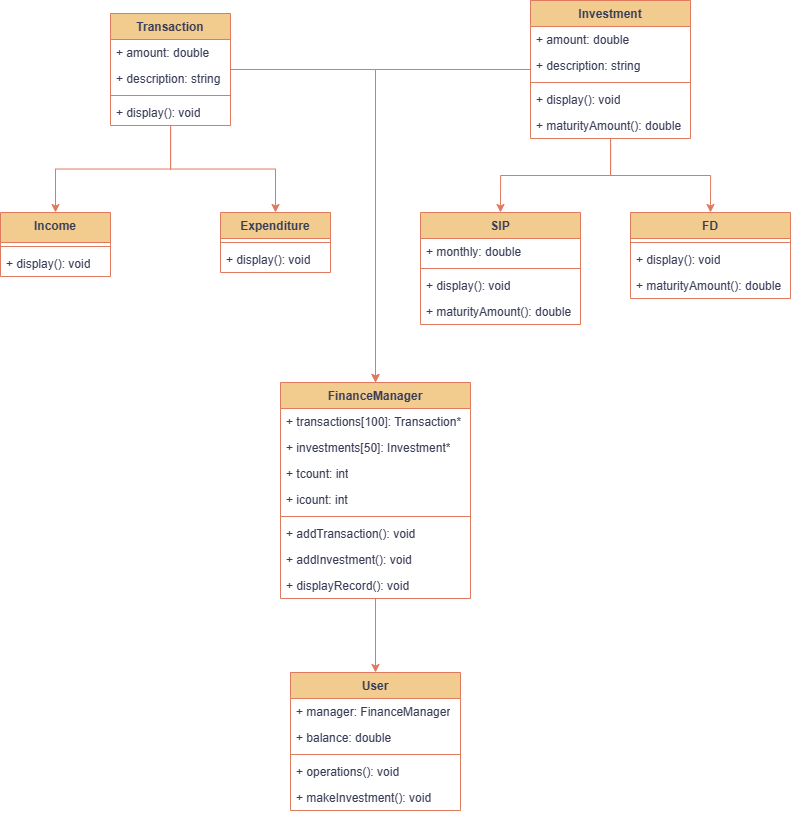
Above: PersonalFinanceSystem.drawio.png in onkar69483/Personal-Finance-Management-Cpp (draw.io), before the change. Source tidied: cells renumbered, new cells last; positions are measured from the earlier drawing's top-left corner, leaving out a move shared by most shapes.
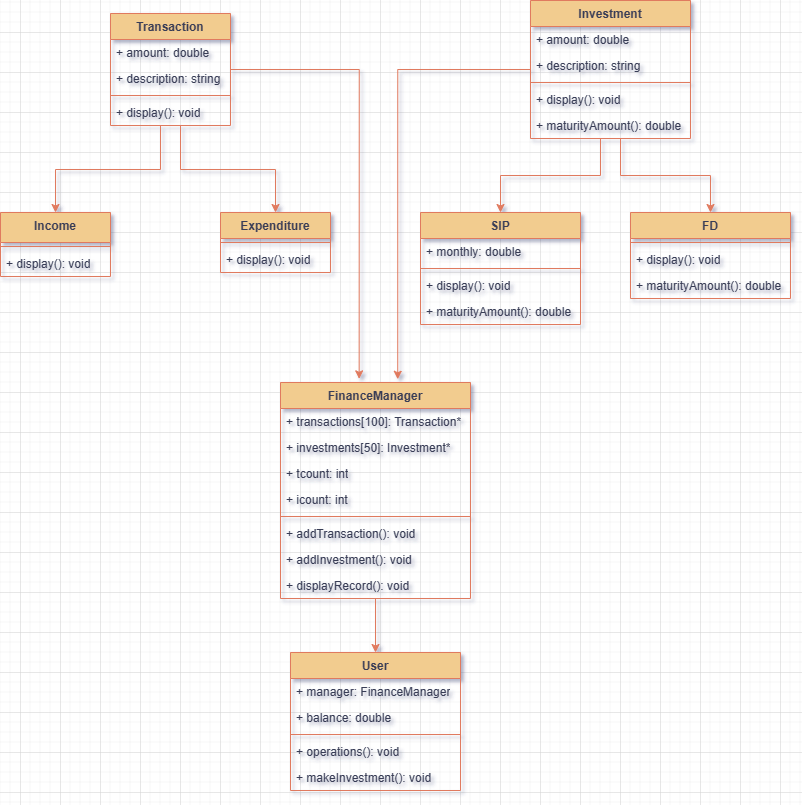
Later version of the same file.

Change to the diagram source:
```diff
@@ -3,12 +3,22 @@
     <mxCell id="0" />
     <mxCell id="1" parent="0" />
     <mxCell id="2" style="edgeStyle=orthogonalEdgeStyle;rounded=0;jettySize=auto;html=1;strokeColor=#E07A5F;fontColor=#393C56;fillColor=#F2CC8F;" parent="1" edge="1" source="5" target="10">
-      <mxGeometry relative="1" as="geometry" />
+      <mxGeometry relative="1" as="geometry">
+        <Array as="points">
+          <mxPoint x="160" y="169" />
+          <mxPoint x="55" y="169" />
+        </Array>
+      </mxGeometry>
     </mxCell>
     <mxCell id="3" style="edgeStyle=orthogonalEdgeStyle;rounded=0;jettySize=auto;html=1;entryX=0.5;entryY=0;entryDx=0;entryDy=0;strokeColor=#E07A5F;fontColor=#393C56;fillColor=#F2CC8F;" parent="1" edge="1" source="5" target="13">
-      <mxGeometry relative="1" as="geometry" />
+      <mxGeometry relative="1" as="geometry">
+        <Array as="points">
+          <mxPoint x="180" y="169" />
+          <mxPoint x="275" y="169" />
+        </Array>
+      </mxGeometry>
     </mxCell>
-    <mxCell id="4" style="edgeStyle=orthogonalEdgeStyle;rounded=0;jettySize=auto;html=1;strokeColor=#E07A5F;fontColor=#393C56;fillColor=#F2CC8F;entryX=0.5;entryY=0;entryDx=0;entryDy=0;" parent="1" edge="1" source="5" target="35">
+    <mxCell id="4" style="edgeStyle=orthogonalEdgeStyle;rounded=0;jettySize=auto;html=1;strokeColor=#E07A5F;fontColor=#393C56;fillColor=#F2CC8F;entryX=0.414;entryY=-0.017;entryDx=0;entryDy=0;entryPerimeter=0;" parent="1" edge="1" source="5" target="35">
       <mxGeometry relative="1" as="geometry" />
     </mxCell>
     <mxCell id="5" value="Transaction" style="swimlane;fontStyle=1;align=center;verticalAlign=top;horizontal=1;startSize=26;whiteSpace=wrap;html=1;labelBackgroundColor=none;fillColor=#F2CC8F;strokeColor=#E07A5F;fontColor=#393C56;" parent="1" vertex="1">
@@ -44,14 +54,24 @@
     <mxCell id="15" value="+ display(): void" style="text;strokeColor=none;fillColor=none;align=left;verticalAlign=top;spacingLeft=4;spacingRight=4;overflow=hidden;whiteSpace=wrap;html=1;labelBackgroundColor=none;fontColor=#393C56;" parent="13" vertex="1">
       <mxGeometry y="34" width="110" height="26" as="geometry" />
     </mxCell>
-    <mxCell id="16" style="edgeStyle=orthogonalEdgeStyle;rounded=0;jettySize=auto;html=1;entryX=0.5;entryY=0;entryDx=0;entryDy=0;strokeColor=#E07A5F;fontColor=#393C56;fillColor=#F2CC8F;" parent="1" edge="1" source="19" target="35">
+    <mxCell id="16" style="edgeStyle=orthogonalEdgeStyle;rounded=0;jettySize=auto;html=1;entryX=0.617;entryY=-0.015;entryDx=0;entryDy=0;strokeColor=#E07A5F;fontColor=#393C56;fillColor=#F2CC8F;entryPerimeter=0;" parent="1" edge="1" source="19" target="35">
       <mxGeometry relative="1" as="geometry" />
     </mxCell>
     <mxCell id="17" style="edgeStyle=orthogonalEdgeStyle;rounded=0;jettySize=auto;html=1;entryX=0.5;entryY=0;entryDx=0;entryDy=0;strokeColor=#E07A5F;fontColor=#393C56;fillColor=#F2CC8F;" parent="1" edge="1" source="19" target="25">
-      <mxGeometry relative="1" as="geometry" />
+      <mxGeometry relative="1" as="geometry">
+        <Array as="points">
+          <mxPoint x="600" y="175" />
+          <mxPoint x="500" y="175" />
+        </Array>
+      </mxGeometry>
     </mxCell>
     <mxCell id="18" style="edgeStyle=orthogonalEdgeStyle;rounded=0;jettySize=auto;html=1;entryX=0.5;entryY=0;entryDx=0;entryDy=0;strokeColor=#E07A5F;fontColor=#393C56;fillColor=#F2CC8F;" parent="1" edge="1" source="19" target="30">
-      <mxGeometry relative="1" as="geometry" />
+      <mxGeometry relative="1" as="geometry">
+        <Array as="points">
+          <mxPoint x="620" y="175" />
+          <mxPoint x="710" y="175" />
+        </Array>
+      </mxGeometry>
     </mxCell>
     <mxCell id="19" value="Investment" style="swimlane;fontStyle=1;align=center;verticalAlign=top;horizontal=1;startSize=26;whiteSpace=wrap;html=1;labelBackgroundColor=none;fillColor=#F2CC8F;strokeColor=#E07A5F;fontColor=#393C56;" parent="1" vertex="1">
       <mxGeometry x="530" width="160" height="138" as="geometry" />
@@ -129,7 +149,7 @@
       <mxGeometry y="190" width="190" height="26" as="geometry" />
     </mxCell>
     <mxCell id="44" value="User&lt;br&gt;" style="swimlane;fontStyle=1;align=center;verticalAlign=top;horizontal=1;startSize=26;whiteSpace=wrap;html=1;labelBackgroundColor=none;fillColor=#F2CC8F;strokeColor=#E07A5F;fontColor=#393C56;" parent="1" vertex="1">
-      <mxGeometry x="290" y="672" width="170" height="138" as="geometry" />
+      <mxGeometry x="290" y="652" width="170" height="138" as="geometry" />
     </mxCell>
     <mxCell id="45" value="+ manager: FinanceManager" style="text;strokeColor=none;fillColor=none;align=left;verticalAlign=top;spacingLeft=4;spacingRight=4;overflow=hidden;whiteSpace=wrap;html=1;labelBackgroundColor=none;fontColor=#393C56;" parent="44" vertex="1">
       <mxGeometry y="26" width="170" height="26" as="geometry" />
```
